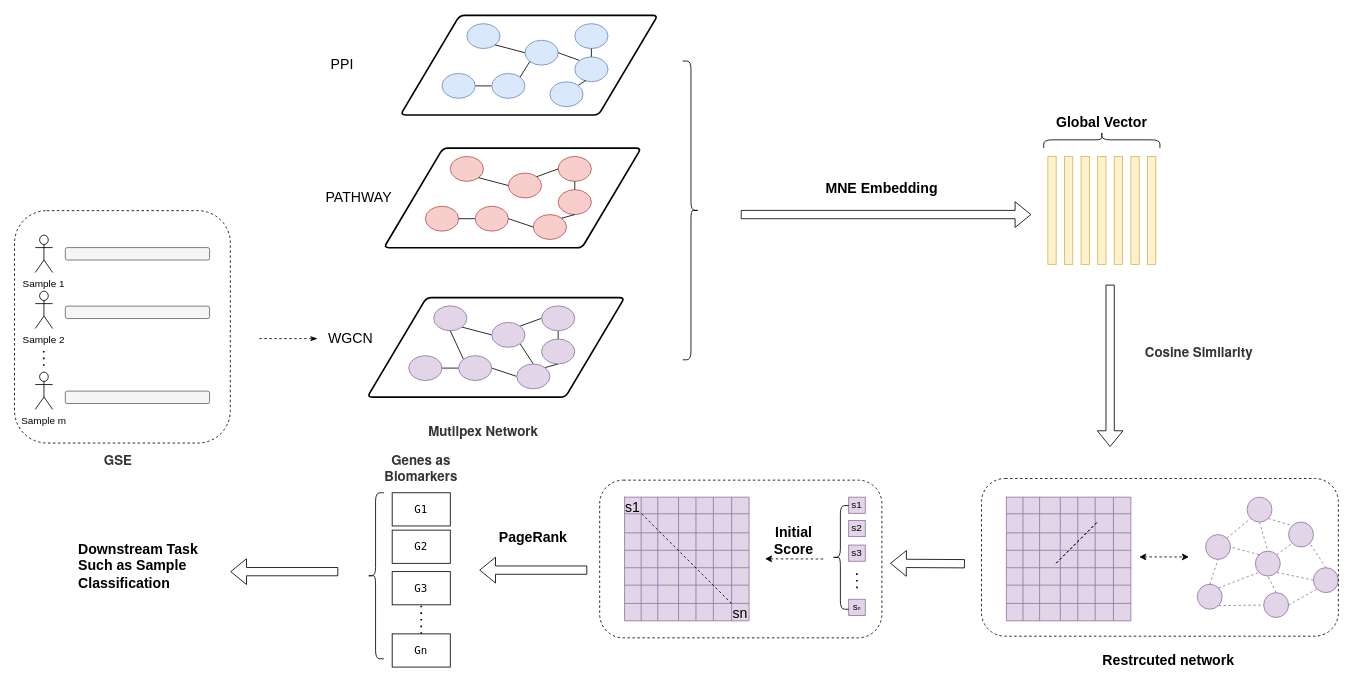
The draw.io diagram 工作流程ver2.drawio in WhItEG-bit/NetworkEmbedding, before the edit. Source tidied: cells renumbered, new cells numbered last; positions are measured from the earlier drawing's top-left corner, leaving out a move shared by most shapes. Both pictures are drawn from the tidied source at 83%, with x=0, y=0 at pixel (14, 15).
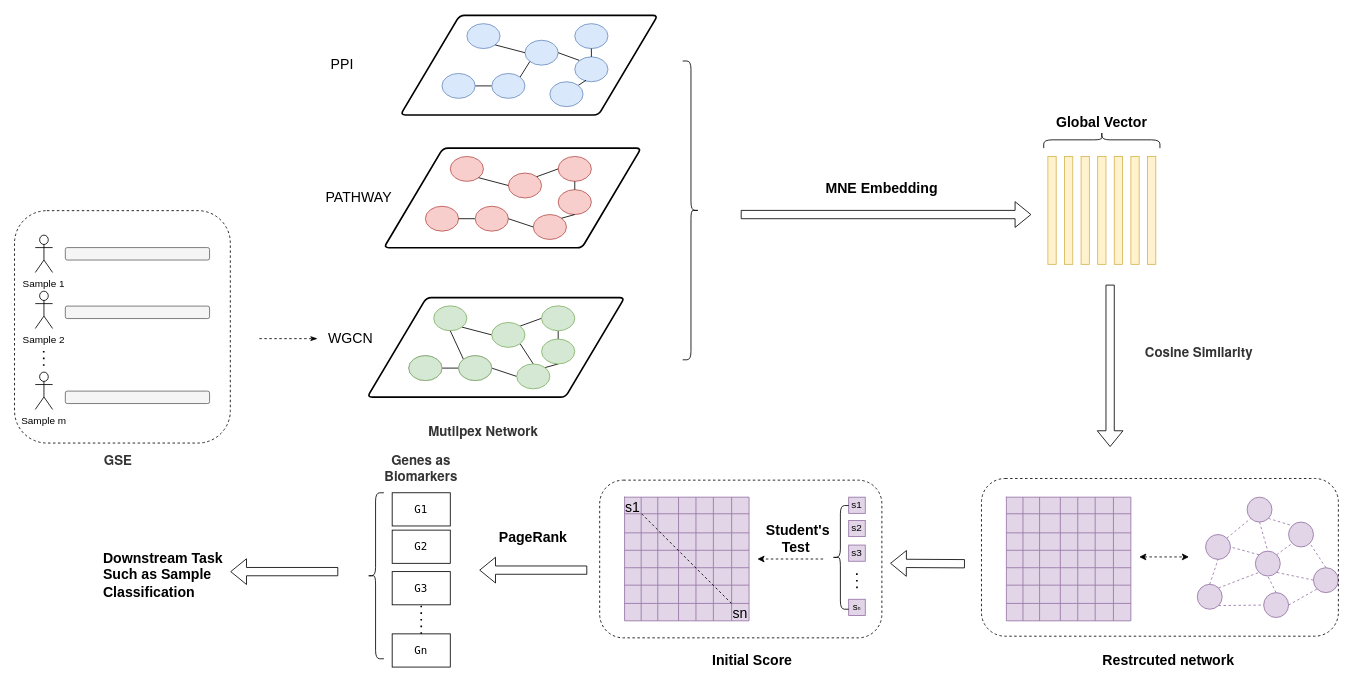
After the change.

Commit message (it also covers changes not shown here):
更新工作流程ver2.drawio

Unchanged cells that the change refers to:
```xml
<mxCell id="137" style="group;" parent="1" vertex="1">
  <mxGeometry x="425" y="340" width="310" height="120" as="geometry" />
</mxCell>
```

Diff of the diagram source:
```diff
@@
-    <mxCell id="140" style="ellipse;whiteSpace=wrap;html=1;fillColor=#e1d5e7;strokeColor=#9673a6;" parent="137" vertex="1">
+    <mxCell id="140" style="ellipse;whiteSpace=wrap;html=1;fillColor=#d5e8d4;strokeColor=#82b366;" parent="137" vertex="1">
       <mxGeometry x="80" y="10" width="40" height="30" as="geometry" />
     </mxCell>
@@
-    <mxCell id="143" style="ellipse;whiteSpace=wrap;html=1;fillColor=#e1d5e7;strokeColor=#9673a6;" parent="137" vertex="1">
+    <mxCell id="143" style="ellipse;whiteSpace=wrap;html=1;fillColor=#d5e8d4;strokeColor=#82b366;" parent="137" vertex="1">
       <mxGeometry x="150" y="30" width="40" height="30" as="geometry" />
     </mxCell>
@@
-    <mxCell id="145" style="ellipse;whiteSpace=wrap;html=1;fillColor=#e1d5e7;strokeColor=#9673a6;" parent="137" vertex="1">
+    <mxCell id="145" style="ellipse;whiteSpace=wrap;html=1;fillColor=#d5e8d4;strokeColor=#82b366;" parent="137" vertex="1">
       <mxGeometry x="210" y="10" width="40" height="30" as="geometry" />
     </mxCell>
@@
-    <mxCell id="152" style="ellipse;whiteSpace=wrap;html=1;fillColor=#e1d5e7;strokeColor=#9673a6;" parent="137" vertex="1">
+    <mxCell id="152" style="ellipse;whiteSpace=wrap;html=1;fillColor=#d5e8d4;strokeColor=#82b366;" parent="137" vertex="1">
       <mxGeometry x="210" y="50" width="40" height="30" as="geometry" />
     </mxCell>
-    <mxCell id="153" style="ellipse;whiteSpace=wrap;html=1;fillColor=#e1d5e7;strokeColor=#9673a6;" parent="137" vertex="1">
+    <mxCell id="153" style="ellipse;whiteSpace=wrap;html=1;fillColor=#d5e8d4;strokeColor=#82b366;" parent="137" vertex="1">
       <mxGeometry x="180" y="80" width="40" height="30" as="geometry" />
     </mxCell>
@@
+    <mxCell id="240" style="ellipse;whiteSpace=wrap;html=1;fillColor=#d5e8d4;strokeColor=#82b366;" parent="137" vertex="1">
+      <mxGeometry x="50" y="70" width="40" height="30" as="geometry" />
+    </mxCell>
+    <mxCell id="241" style="ellipse;whiteSpace=wrap;html=1;fillColor=#d5e8d4;strokeColor=#82b366;" parent="137" vertex="1">
+      <mxGeometry x="110" y="70" width="40" height="30" as="geometry" />
+    </mxCell>
@@
     <mxCell id="219" style="endArrow=classic;dashed=1;html=1;rounded=0;fontSize=6;endFill=1;" parent="1" edge="1">
       <mxGeometry relative="1" as="geometry">
         <mxPoint x="974.2" y="655" as="sourcePoint" />
-        <mxPoint x="904.2" y="654.8" as="targetPoint" />
+        <mxPoint x="895" y="655" as="targetPoint" />
       </mxGeometry>
     </mxCell>
     <mxCell id="220" value="&lt;font style=&quot;font-size: 17px;&quot;&gt;Initial Score&lt;/font&gt;" style="whiteSpace=wrap;html=1;strokeColor=none;fillColor=none;fontStyle=1;" parent="1" vertex="1">
-      <mxGeometry x="893.4" y="617.8" width="91.6" height="32.2" as="geometry" />
+      <mxGeometry x="799" y="761.9" width="180" height="32.2" as="geometry" />
     </mxCell>
@@
-    <mxCell id="235" style="endArrow=none;dashed=1;html=1;rounded=0;fontSize=6;" parent="1" edge="1">
-      <mxGeometry relative="1" as="geometry">
-        <mxPoint x="1255" y="660" as="sourcePoint" />
-        <mxPoint x="1305" y="610" as="targetPoint" />
-      </mxGeometry>
-    </mxCell>
-    <mxCell id="236" style="endArrow=none;dashed=1;html=1;rounded=0;fontSize=6;" parent="1" edge="1">
-      <mxGeometry relative="1" as="geometry">
-        <mxPoint x="1255" y="660" as="sourcePoint" />
-        <mxPoint x="1305" y="610" as="targetPoint" />
-      </mxGeometry>
-    </mxCell>
@@
     <mxCell id="239" value="&lt;font style=&quot;font-size: 17px;&quot;&gt;Downstream Task&lt;br&gt;Such as Sample Classification&lt;br&gt;&lt;/font&gt;" style="whiteSpace=wrap;html=1;strokeColor=none;fillColor=none;fontStyle=1;align=left;" parent="1" vertex="1">
-      <mxGeometry x="75" y="644.2" width="155" height="40" as="geometry" />
+      <mxGeometry x="105" y="655.2" width="155" height="40" as="geometry" />
     </mxCell>
+    <mxCell id="242" value="&lt;font style=&quot;font-size: 17px;&quot;&gt;Student's Test&amp;nbsp;&lt;/font&gt;" style="whiteSpace=wrap;html=1;strokeColor=none;fillColor=none;fontStyle=1;" parent="1" vertex="1">
+      <mxGeometry x="889" y="620.2" width="110" height="22.2" as="geometry" />
+    </mxCell>
```
